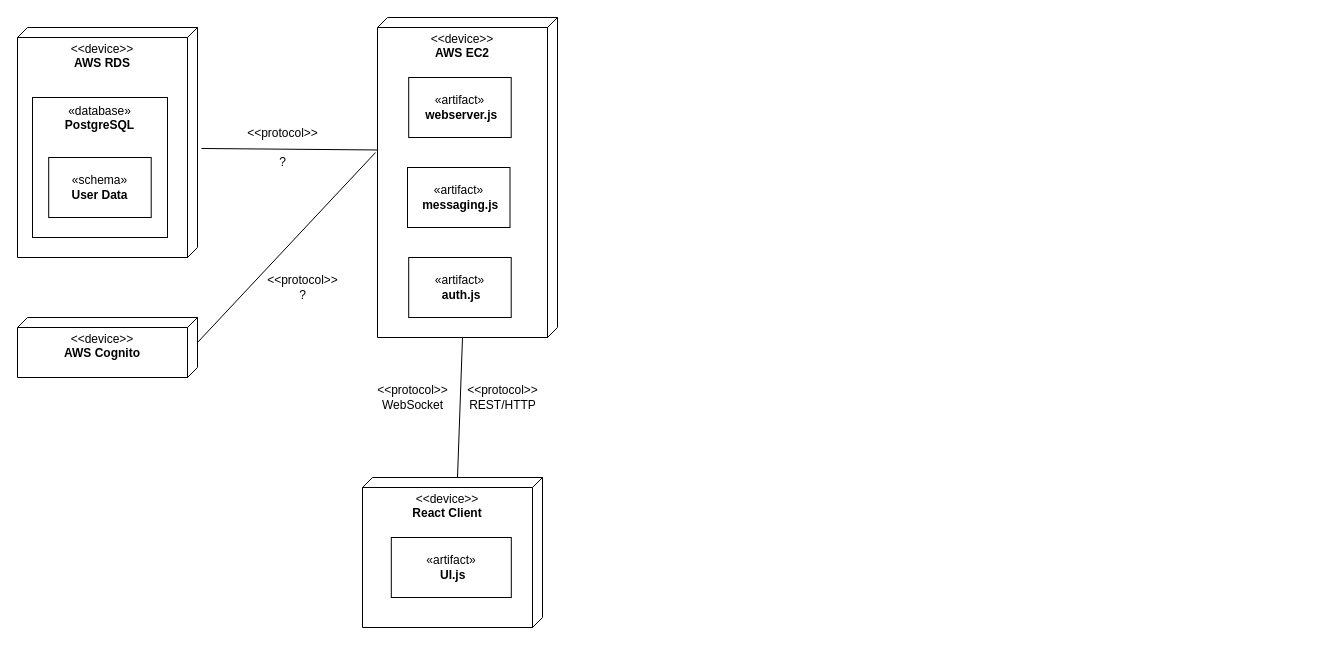
This is docs/deployment_diagram.drawio from kylemumma/kyles-chat-app, a draw.io file, before an edit. Source tidied: cells renumbered, new cells numbered last; positions are measured from the earlier drawing's top-left corner, leaving out a move shared by most shapes. Both pictures are drawn from the tidied source at 100%, with x=0, y=0 at pixel (17, 17).
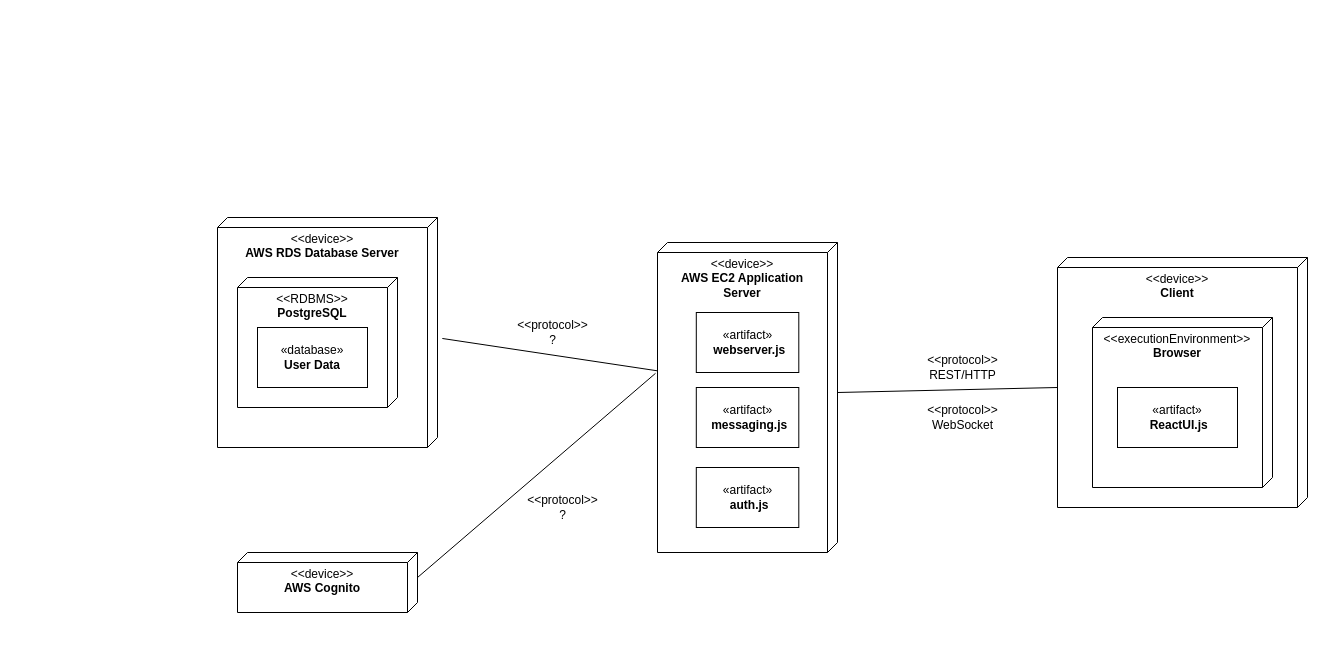
The same diagram, later.

Commit message (it also covers changes not shown here):
updated deployment diagram

Change to the diagram source:
```diff
@@
 <mxGraphModel>
   <root>
     <mxCell id="0" />
     <mxCell id="1" parent="0" />
-    <mxCell id="2" value="&amp;lt;&amp;lt;device&amp;gt;&amp;gt;&lt;br&gt;&lt;b&gt;AWS RDS&lt;/b&gt;" style="verticalAlign=top;align=center;spacingTop=8;spacingLeft=2;spacingRight=12;shape=cube;size=10;direction=south;fontStyle=0;html=1;whiteSpace=wrap;" parent="1" vertex="1">
-      <mxGeometry y="10" width="180" height="230" as="geometry" />
+    <mxCell id="2" value="&amp;lt;&amp;lt;device&amp;gt;&amp;gt;&lt;br&gt;&lt;b&gt;AWS RDS Database Server&lt;/b&gt;" style="verticalAlign=top;align=center;spacingTop=8;spacingLeft=2;spacingRight=12;shape=cube;size=10;direction=south;fontStyle=0;html=1;whiteSpace=wrap;" parent="1" vertex="1">
+      <mxGeometry x="200" y="200" width="220" height="230" as="geometry" />
     </mxCell>
-    <mxCell id="3" value="&amp;lt;&amp;lt;device&amp;gt;&amp;gt;&lt;br&gt;&lt;b&gt;AWS EC2&lt;/b&gt;" style="verticalAlign=top;align=center;spacingTop=8;spacingLeft=2;spacingRight=12;shape=cube;size=10;direction=south;fontStyle=0;html=1;whiteSpace=wrap;" parent="1" vertex="1">
-      <mxGeometry x="360" width="180" height="320" as="geometry" />
+    <mxCell id="3" value="&amp;lt;&amp;lt;device&amp;gt;&amp;gt;&lt;br&gt;&lt;b&gt;AWS EC2 Application &lt;br&gt;Server&lt;/b&gt;" style="verticalAlign=top;align=center;spacingTop=8;spacingLeft=2;spacingRight=12;shape=cube;size=10;direction=south;fontStyle=0;html=1;whiteSpace=wrap;" parent="1" vertex="1">
+      <mxGeometry x="640" y="225" width="180" height="310" as="geometry" />
     </mxCell>
-    <mxCell id="4" value="«database»&lt;br&gt;&lt;b&gt;PostgreSQL&lt;/b&gt;" style="html=1;whiteSpace=wrap;verticalAlign=top;" parent="1" vertex="1">
-      <mxGeometry x="15" y="80" width="135" height="140" as="geometry" />
-    </mxCell>
-    <mxCell id="5" value="«schema»&lt;br&gt;&lt;b&gt;User Data&lt;/b&gt;" style="html=1;whiteSpace=wrap;verticalAlign=middle;" parent="1" vertex="1">
-      <mxGeometry x="31.2" y="140" width="102.5" height="60" as="geometry" />
-    </mxCell>
     <mxCell id="6" style="endArrow=none;html=1;rounded=0;exitX=0.526;exitY=-0.022;exitDx=0;exitDy=0;exitPerimeter=0;entryX=0.414;entryY=1;entryDx=0;entryDy=0;entryPerimeter=0;" parent="1" edge="1" source="2" target="3">
       <mxGeometry relative="1" as="geometry" />
     </mxCell>
-    <mxCell id="7" value="&lt;font style=&quot;font-size: 12px;&quot;&gt;&amp;lt;&amp;lt;protocol&amp;gt;&amp;gt;&lt;br&gt;&lt;br&gt;?&lt;br&gt;&lt;/font&gt;" style="text;html=1;align=center;verticalAlign=middle;strokeColor=none;fillColor=none;" parent="1" vertex="1">
-      <mxGeometry x="220" y="100" width="90" height="60" as="geometry" />
+    <mxCell id="7" value="&lt;font style=&quot;font-size: 12px;&quot;&gt;&amp;lt;&amp;lt;protocol&amp;gt;&amp;gt;&lt;br&gt;?&lt;br&gt;&lt;/font&gt;" style="text;html=1;align=center;verticalAlign=middle;strokeColor=none;fillColor=none;" parent="1" vertex="1">
+      <mxGeometry x="490" y="295" width="90" height="40" as="geometry" />
     </mxCell>
     <mxCell id="8" value="«artifact»&lt;br&gt;&lt;b&gt;&amp;nbsp;webserver.js&lt;/b&gt;" style="html=1;whiteSpace=wrap;verticalAlign=middle;" parent="1" vertex="1">
-      <mxGeometry x="391.2" y="60" width="102.5" height="60" as="geometry" />
+      <mxGeometry x="678.8" y="295" width="102.5" height="60" as="geometry" />
     </mxCell>
     <mxCell id="9" value="«artifact»&lt;br&gt;&lt;b&gt;&amp;nbsp;messaging.js&lt;/b&gt;" style="html=1;whiteSpace=wrap;verticalAlign=middle;" parent="1" vertex="1">
-      <mxGeometry x="390" y="150" width="102.5" height="60" as="geometry" />
+      <mxGeometry x="678.8" y="370" width="102.5" height="60" as="geometry" />
     </mxCell>
     <mxCell id="10" value="«artifact»&lt;br&gt;&lt;b&gt;&amp;nbsp;auth.js&lt;/b&gt;" style="html=1;whiteSpace=wrap;verticalAlign=middle;" parent="1" vertex="1">
-      <mxGeometry x="391.2" y="240" width="102.5" height="60" as="geometry" />
+      <mxGeometry x="678.8" y="450" width="102.5" height="60" as="geometry" />
     </mxCell>
     <mxCell id="11" value="&amp;lt;&amp;lt;device&amp;gt;&amp;gt;&lt;br&gt;&lt;b&gt;AWS Cognito&lt;/b&gt;" style="verticalAlign=top;align=center;spacingTop=8;spacingLeft=2;spacingRight=12;shape=cube;size=10;direction=south;fontStyle=0;html=1;whiteSpace=wrap;" parent="1" vertex="1">
-      <mxGeometry y="300" width="180" height="60" as="geometry" />
+      <mxGeometry x="220" y="535" width="180" height="60" as="geometry" />
     </mxCell>
     <mxCell id="12" style="endArrow=none;html=1;rounded=0;entryX=0.422;entryY=1.011;entryDx=0;entryDy=0;entryPerimeter=0;exitX=0;exitY=0;exitDx=25;exitDy=0;exitPerimeter=0;" parent="1" edge="1" source="11" target="3">
       <mxGeometry relative="1" as="geometry" />
     </mxCell>
     <mxCell id="13" value="&lt;font style=&quot;font-size: 12px;&quot;&gt;&amp;lt;&amp;lt;protocol&amp;gt;&amp;gt;&lt;br&gt;?&lt;br&gt;&lt;/font&gt;" style="text;html=1;align=center;verticalAlign=middle;strokeColor=none;fillColor=none;" parent="1" vertex="1">
-      <mxGeometry x="240" y="250" width="90" height="40" as="geometry" />
+      <mxGeometry x="500" y="470" width="90" height="40" as="geometry" />
     </mxCell>
-    <mxCell id="14" value="&amp;lt;&amp;lt;device&amp;gt;&amp;gt;&lt;br&gt;&lt;b&gt;React Client&lt;/b&gt;" style="verticalAlign=top;align=center;spacingTop=8;spacingLeft=2;spacingRight=12;shape=cube;size=10;direction=south;fontStyle=0;html=1;whiteSpace=wrap;" parent="1" vertex="1">
-      <mxGeometry x="345" y="460" width="180" height="150" as="geometry" />
+    <mxCell id="14" value="&amp;lt;&amp;lt;device&amp;gt;&amp;gt;&lt;br&gt;&lt;b&gt;Client&lt;/b&gt;" style="verticalAlign=top;align=center;spacingTop=8;spacingLeft=2;spacingRight=12;shape=cube;size=10;direction=south;fontStyle=0;html=1;whiteSpace=wrap;" parent="1" vertex="1">
+      <mxGeometry x="1040" y="240" width="250" height="250" as="geometry" />
     </mxCell>
-    <mxCell id="15" style="endArrow=none;html=1;rounded=0;entryX=0;entryY=0;entryDx=320;entryDy=95;entryPerimeter=0;exitX=0;exitY=0;exitDx=0;exitDy=85;exitPerimeter=0;" parent="1" edge="1" source="14" target="3">
+    <mxCell id="15" style="endArrow=none;html=1;rounded=0;entryX=0;entryY=0;entryDx=150;entryDy=0;entryPerimeter=0;exitX=0;exitY=0;exitDx=130;exitDy=250;exitPerimeter=0;" parent="1" edge="1" source="14" target="3">
       <mxGeometry relative="1" as="geometry" />
     </mxCell>
-    <mxCell id="16" value="«artifact»&lt;br&gt;&lt;b&gt;&amp;nbsp;UI.js&lt;/b&gt;" style="html=1;whiteSpace=wrap;verticalAlign=middle;" parent="1" vertex="1">
-      <mxGeometry x="373.8" y="520" width="120" height="60" as="geometry" />
-    </mxCell>
     <mxCell id="17" value="&lt;font style=&quot;font-size: 12px;&quot;&gt;&amp;lt;&amp;lt;protocol&amp;gt;&amp;gt;&lt;br&gt;REST/HTTP&lt;br&gt;&lt;/font&gt;" style="text;html=1;align=center;verticalAlign=middle;strokeColor=none;fillColor=none;" parent="1" vertex="1">
-      <mxGeometry x="440" y="360" width="90" height="40" as="geometry" />
+      <mxGeometry x="900" y="330" width="90" height="40" as="geometry" />
     </mxCell>
     <mxCell id="18" value="&lt;font style=&quot;font-size: 12px;&quot;&gt;&amp;lt;&amp;lt;protocol&amp;gt;&amp;gt;&lt;br&gt;WebSocket&lt;br&gt;&lt;/font&gt;" style="text;html=1;align=center;verticalAlign=middle;strokeColor=none;fillColor=none;" parent="1" vertex="1">
-      <mxGeometry x="350" y="360" width="90" height="40" as="geometry" />
+      <mxGeometry x="900" y="380" width="90" height="40" as="geometry" />
     </mxCell>
+    <mxCell id="19" value="&amp;lt;&amp;lt;RDBMS&amp;gt;&amp;gt;&lt;br&gt;&lt;b&gt;PostgreSQL&lt;/b&gt;" style="verticalAlign=top;align=center;spacingTop=8;spacingLeft=2;spacingRight=12;shape=cube;size=10;direction=south;fontStyle=0;html=1;whiteSpace=wrap;" parent="1" vertex="1">
+      <mxGeometry x="220" y="260" width="160" height="130" as="geometry" />
+    </mxCell>
+    <mxCell id="5" value="«database»&lt;br&gt;&lt;b&gt;User Data&lt;/b&gt;" style="html=1;whiteSpace=wrap;verticalAlign=middle;" parent="1" vertex="1">
+      <mxGeometry x="240" y="310" width="110" height="60" as="geometry" />
+    </mxCell>
+    <mxCell id="20" value="&amp;lt;&amp;lt;executionEnvironment&amp;gt;&amp;gt;&lt;br&gt;&lt;b&gt;Browser&lt;/b&gt;" style="verticalAlign=top;align=center;spacingTop=8;spacingLeft=2;spacingRight=12;shape=cube;size=10;direction=south;fontStyle=0;html=1;whiteSpace=wrap;" parent="1" vertex="1">
+      <mxGeometry x="1075" y="300" width="180" height="170" as="geometry" />
+    </mxCell>
+    <mxCell id="16" value="«artifact»&lt;br&gt;&lt;b&gt;&amp;nbsp;ReactUI.js&lt;/b&gt;" style="html=1;whiteSpace=wrap;verticalAlign=middle;" parent="1" vertex="1">
+      <mxGeometry x="1100" y="370" width="120" height="60" as="geometry" />
+    </mxCell>
   </root>
 </mxGraphModel>
```
